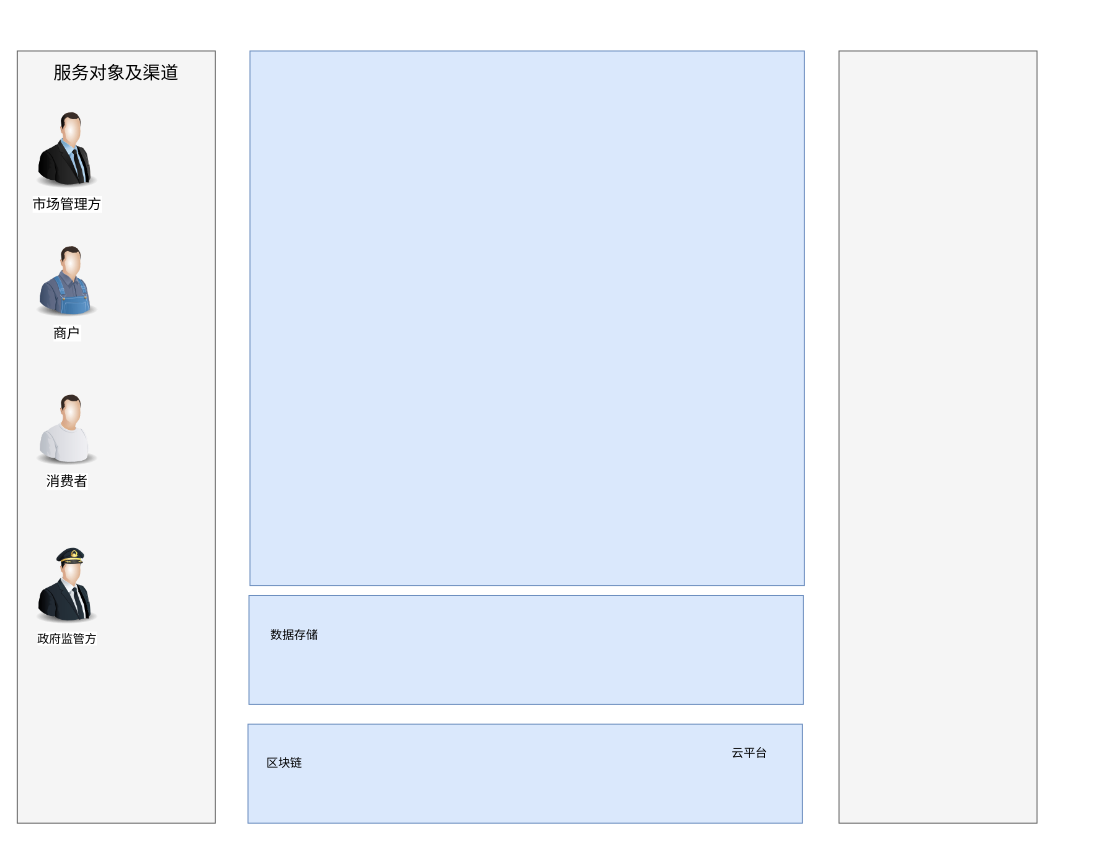
Above: page "Page-2" (2 of 2) of Untitled Diagram.drawio in failywanwan/- (draw.io), before the change. Source tidied: cells renumbered, new cells numbered last; positions are measured from the earlier drawing's top-left corner, leaving out a move shared by most shapes. Both pictures are drawn from the tidied source at 99%, with x=0, y=0 at pixel (17, 50). Pictures stored in the file or linked from it are replaced by grey dashed boxes.
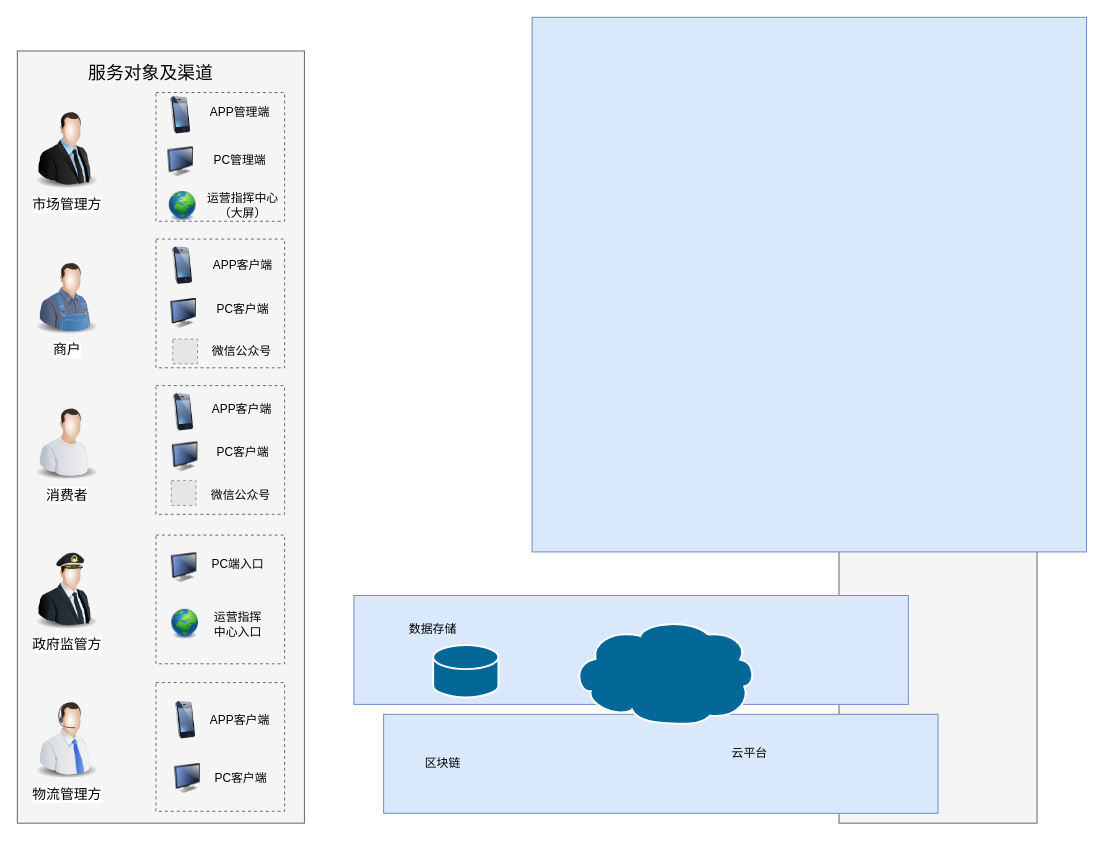
The same diagram, later.

Diff of the diagram source:
```diff
@@
     <mxCell id="2" style="rounded=0;whiteSpace=wrap;html=1;fillColor=#f5f5f5;strokeColor=#666666;fontColor=#333333;" parent="1" vertex="1">
-      <mxGeometry width="200" height="780" as="geometry" />
+      <mxGeometry width="290" height="780" as="geometry" />
     </mxCell>
@@
     <mxCell id="4" style="rounded=0;whiteSpace=wrap;html=1;fillColor=#dae8fc;strokeColor=#6c8ebf;" parent="1" vertex="1">
-      <mxGeometry x="234" y="550" width="560" height="110" as="geometry" />
+      <mxGeometry x="340" y="550" width="560" height="110" as="geometry" />
     </mxCell>
     <mxCell id="5" style="rounded=0;whiteSpace=wrap;html=1;fillColor=#dae8fc;strokeColor=#6c8ebf;" parent="1" vertex="1">
-      <mxGeometry x="233" y="680" width="560" height="100" as="geometry" />
+      <mxGeometry x="370" y="670" width="560" height="100" as="geometry" />
     </mxCell>
     <mxCell id="6" value="&lt;font style=&quot;font-size: 18px&quot;&gt;服务对象及渠道&lt;/font&gt;" style="text;html=1;strokeColor=none;fillColor=none;align=center;verticalAlign=middle;whiteSpace=wrap;rounded=0;" parent="1" vertex="1">
-      <mxGeometry x="30" y="6" width="140" height="34" as="geometry" />
+      <mxGeometry x="65" y="6" width="140" height="34" as="geometry" />
     </mxCell>
     <mxCell id="7" style="rounded=0;whiteSpace=wrap;html=1;fillColor=#dae8fc;strokeColor=#6c8ebf;" parent="1" vertex="1">
-      <mxGeometry x="235" width="560" height="540" as="geometry" />
+      <mxGeometry x="520" y="-34" width="560" height="540" as="geometry" />
     </mxCell>
     <mxCell id="8" value="区块链" style="text;html=1;strokeColor=none;fillColor=none;align=center;verticalAlign=middle;whiteSpace=wrap;rounded=0;" parent="1" vertex="1">
-      <mxGeometry x="250" y="710" width="40" height="20" as="geometry" />
+      <mxGeometry x="410" y="710" width="40" height="20" as="geometry" />
     </mxCell>
@@
     <mxCell id="10" value="数据存储" style="text;html=1;strokeColor=none;fillColor=none;align=center;verticalAlign=middle;whiteSpace=wrap;rounded=0;" parent="1" vertex="1">
-      <mxGeometry x="250" y="580" width="60" height="20" as="geometry" />
+      <mxGeometry x="390" y="574" width="60" height="20" as="geometry" />
     </mxCell>
@@
     <mxCell id="12" value="&lt;font style=&quot;font-size: 14px&quot;&gt;商户&lt;/font&gt;" style="image;html=1;image=img/lib/clip_art/people/Farmer_Man_128x128.png;" parent="1" vertex="1">
-      <mxGeometry x="10" y="190" width="80" height="80" as="geometry" />
+      <mxGeometry x="10" y="207" width="80" height="80" as="geometry" />
     </mxCell>
     <mxCell id="13" value="&lt;font style=&quot;font-size: 14px&quot;&gt;消费者&lt;/font&gt;" style="image;html=1;image=img/lib/clip_art/people/Worker_Man_128x128.png;" parent="1" vertex="1">
-      <mxGeometry x="10" y="340" width="80" height="80" as="geometry" />
+      <mxGeometry x="10" y="354" width="80" height="80" as="geometry" />
     </mxCell>
-    <mxCell id="14" value="政府监管方" style="image;html=1;image=img/lib/clip_art/people/Pilot_Man_128x128.png;" parent="1" vertex="1">
-      <mxGeometry x="10" y="500" width="80" height="80" as="geometry" />
+    <mxCell id="14" value="&lt;font style=&quot;font-size: 14px&quot;&gt;政府监管方&lt;/font&gt;" style="image;html=1;image=img/lib/clip_art/people/Pilot_Man_128x128.png;" parent="1" vertex="1">
+      <mxGeometry x="10" y="505" width="80" height="80" as="geometry" />
     </mxCell>
+    <mxCell id="15" value="&lt;font style=&quot;font-size: 14px&quot;&gt;物流管理方&lt;/font&gt;" style="image;html=1;image=img/lib/clip_art/people/Telesales_Man_128x128.png;" parent="1" vertex="1">
+      <mxGeometry x="10" y="656" width="80" height="80" as="geometry" />
+    </mxCell>
+    <mxCell id="16" style="image;html=1;image=img/lib/clip_art/computers/Monitor_128x128.png;" parent="1" vertex="1">
+      <mxGeometry x="150" y="97" width="30" height="30" as="geometry" />
+    </mxCell>
+    <mxCell id="17" style="fillColor=none;strokeColor=#5A6C86;dashed=1;verticalAlign=top;fontStyle=0;fontColor=#5A6C86;" parent="1" vertex="1">
+      <mxGeometry x="140" y="190" width="130" height="130" as="geometry" />
+    </mxCell>
+    <mxCell id="18" style="image;html=1;image=img/lib/clip_art/telecommunication/iPhone_128x128.png;" parent="1" vertex="1">
+      <mxGeometry x="155" y="45" width="20" height="40" as="geometry" />
+    </mxCell>
+    <mxCell id="19" style="shape=mxgraph.cisco.storage.cloud;html=1;dashed=0;fillColor=#036897;strokeColor=#ffffff;strokeWidth=2;verticalLabelPosition=bottom;verticalAlign=top;align=center;" parent="1" vertex="1">
+      <mxGeometry x="560" y="574" width="186" height="106" as="geometry" />
+    </mxCell>
+    <mxCell id="20" style="shape=mxgraph.cisco.storage.relational_database;html=1;dashed=0;fillColor=#036897;strokeColor=#ffffff;strokeWidth=2;verticalLabelPosition=bottom;verticalAlign=top;align=center;" parent="1" vertex="1">
+      <mxGeometry x="420" y="600" width="66" height="53" as="geometry" />
+    </mxCell>
+    <mxCell id="21" style="fillColor=none;strokeColor=#5A6C86;dashed=1;verticalAlign=top;fontStyle=0;fontColor=#5A6C86;" parent="1" vertex="1">
+      <mxGeometry x="140" y="489" width="130" height="130" as="geometry" />
+    </mxCell>
+    <mxCell id="22" style="fillColor=none;strokeColor=#5A6C86;dashed=1;verticalAlign=top;fontStyle=0;fontColor=#5A6C86;" parent="1" vertex="1">
+      <mxGeometry x="140" y="42" width="130" height="130" as="geometry" />
+    </mxCell>
+    <mxCell id="23" style="fillColor=none;strokeColor=#5A6C86;dashed=1;verticalAlign=top;fontStyle=0;fontColor=#5A6C86;" parent="1" vertex="1">
+      <mxGeometry x="140" y="338" width="130" height="130" as="geometry" />
+    </mxCell>
+    <mxCell id="24" style="fillColor=none;strokeColor=#5A6C86;dashed=1;verticalAlign=top;fontStyle=0;fontColor=#5A6C86;" parent="1" vertex="1">
+      <mxGeometry x="140" y="638" width="130" height="130" as="geometry" />
+    </mxCell>
+    <mxCell id="25" value="APP管理端" style="text;html=1;strokeColor=none;fillColor=none;align=center;verticalAlign=middle;whiteSpace=wrap;rounded=0;" parent="1" vertex="1">
+      <mxGeometry x="190" y="52" width="70" height="20" as="geometry" />
+    </mxCell>
+    <mxCell id="26" value="PC管理端" style="text;html=1;strokeColor=none;fillColor=none;align=center;verticalAlign=middle;whiteSpace=wrap;rounded=0;" parent="1" vertex="1">
+      <mxGeometry x="190" y="101" width="70" height="20" as="geometry" />
+    </mxCell>
+    <mxCell id="27" style="image;html=1;image=img/lib/clip_art/general/Earth_globe_128x128.png;" parent="1" vertex="1">
+      <mxGeometry x="152" y="142" width="30" height="30" as="geometry" />
+    </mxCell>
+    <mxCell id="28" value="运营指挥中心&lt;br&gt;（大屏）" style="text;html=1;strokeColor=none;fillColor=none;align=center;verticalAlign=middle;whiteSpace=wrap;rounded=0;" parent="1" vertex="1">
+      <mxGeometry x="188" y="146" width="80" height="20" as="geometry" />
+    </mxCell>
+    <mxCell id="29" value="APP客户端" style="text;html=1;strokeColor=none;fillColor=none;align=center;verticalAlign=middle;whiteSpace=wrap;rounded=0;" parent="1" vertex="1">
+      <mxGeometry x="193" y="207" width="70" height="20" as="geometry" />
+    </mxCell>
+    <mxCell id="30" style="image;html=1;image=img/lib/clip_art/telecommunication/iPhone_128x128.png;" parent="1" vertex="1">
+      <mxGeometry x="157" y="197" width="20" height="40" as="geometry" />
+    </mxCell>
+    <mxCell id="31" style="image;html=1;image=img/lib/clip_art/computers/Monitor_128x128.png;" parent="1" vertex="1">
+      <mxGeometry x="153" y="250" width="30" height="30" as="geometry" />
+    </mxCell>
+    <mxCell id="32" value="PC客户端" style="text;html=1;strokeColor=none;fillColor=none;align=center;verticalAlign=middle;whiteSpace=wrap;rounded=0;" parent="1" vertex="1">
+      <mxGeometry x="193" y="251" width="70" height="20" as="geometry" />
+    </mxCell>
+    <mxCell id="33" style="fillColor=#E6E6E6;strokeColor=#999999;dashed=1;verticalLabelPosition=bottom;labelBackgroundColor=#ffffff;verticalAlign=top;" parent="1" vertex="1">
+      <mxGeometry x="157" y="291" width="25" height="25" as="geometry" />
+    </mxCell>
+    <mxCell id="34" value="微信公众号" style="text;html=1;strokeColor=none;fillColor=none;align=center;verticalAlign=middle;whiteSpace=wrap;rounded=0;" parent="1" vertex="1">
+      <mxGeometry x="192" y="293.5" width="70" height="20" as="geometry" />
+    </mxCell>
+    <mxCell id="35" style="image;html=1;image=img/lib/clip_art/telecommunication/iPhone_128x128.png;" parent="1" vertex="1">
+      <mxGeometry x="158" y="345" width="20" height="40" as="geometry" />
+    </mxCell>
+    <mxCell id="36" value="APP客户端" style="text;html=1;strokeColor=none;fillColor=none;align=center;verticalAlign=middle;whiteSpace=wrap;rounded=0;" parent="1" vertex="1">
+      <mxGeometry x="192" y="352" width="70" height="20" as="geometry" />
+    </mxCell>
+    <mxCell id="37" style="image;html=1;image=img/lib/clip_art/computers/Monitor_128x128.png;" parent="1" vertex="1">
+      <mxGeometry x="154.5" y="395" width="30" height="30" as="geometry" />
+    </mxCell>
+    <mxCell id="38" value="PC客户端" style="text;html=1;strokeColor=none;fillColor=none;align=center;verticalAlign=middle;whiteSpace=wrap;rounded=0;" parent="1" vertex="1">
+      <mxGeometry x="193" y="396" width="70" height="20" as="geometry" />
+    </mxCell>
+    <mxCell id="39" style="fillColor=#E6E6E6;strokeColor=#999999;dashed=1;verticalLabelPosition=bottom;labelBackgroundColor=#ffffff;verticalAlign=top;" parent="1" vertex="1">
+      <mxGeometry x="155.5" y="434" width="25" height="25" as="geometry" />
+    </mxCell>
+    <mxCell id="40" value="微信公众号" style="text;html=1;strokeColor=none;fillColor=none;align=center;verticalAlign=middle;whiteSpace=wrap;rounded=0;" parent="1" vertex="1">
+      <mxGeometry x="191" y="439" width="70" height="20" as="geometry" />
+    </mxCell>
+    <mxCell id="41" style="image;html=1;image=img/lib/clip_art/computers/Monitor_128x128.png;" parent="1" vertex="1">
+      <mxGeometry x="153.5" y="507" width="30" height="30" as="geometry" />
+    </mxCell>
+    <mxCell id="42" value="PC端入口" style="text;html=1;strokeColor=none;fillColor=none;align=center;verticalAlign=middle;whiteSpace=wrap;rounded=0;" parent="1" vertex="1">
+      <mxGeometry x="188" y="509" width="70" height="20" as="geometry" />
+    </mxCell>
+    <mxCell id="43" style="image;html=1;image=img/lib/clip_art/general/Earth_globe_128x128.png;" parent="1" vertex="1">
+      <mxGeometry x="154.5" y="564" width="30" height="30" as="geometry" />
+    </mxCell>
+    <mxCell id="44" value="运营指挥&lt;br&gt;中心入口" style="text;html=1;strokeColor=none;fillColor=none;align=center;verticalAlign=middle;whiteSpace=wrap;rounded=0;" parent="1" vertex="1">
+      <mxGeometry x="188" y="569" width="70" height="20" as="geometry" />
+    </mxCell>
+    <mxCell id="45" style="image;html=1;image=img/lib/clip_art/telecommunication/iPhone_128x128.png;" parent="1" vertex="1">
+      <mxGeometry x="160" y="656" width="20" height="40" as="geometry" />
+    </mxCell>
+    <mxCell id="46" value="APP客户端" style="text;html=1;strokeColor=none;fillColor=none;align=center;verticalAlign=middle;whiteSpace=wrap;rounded=0;" parent="1" vertex="1">
+      <mxGeometry x="190" y="666" width="70" height="20" as="geometry" />
+    </mxCell>
+    <mxCell id="47" style="image;html=1;image=img/lib/clip_art/computers/Monitor_128x128.png;" parent="1" vertex="1">
+      <mxGeometry x="157" y="720" width="30" height="30" as="geometry" />
+    </mxCell>
+    <mxCell id="48" value="PC客户端" style="text;html=1;strokeColor=none;fillColor=none;align=center;verticalAlign=middle;whiteSpace=wrap;rounded=0;" parent="1" vertex="1">
+      <mxGeometry x="191" y="725" width="70" height="20" as="geometry" />
+    </mxCell>
```
